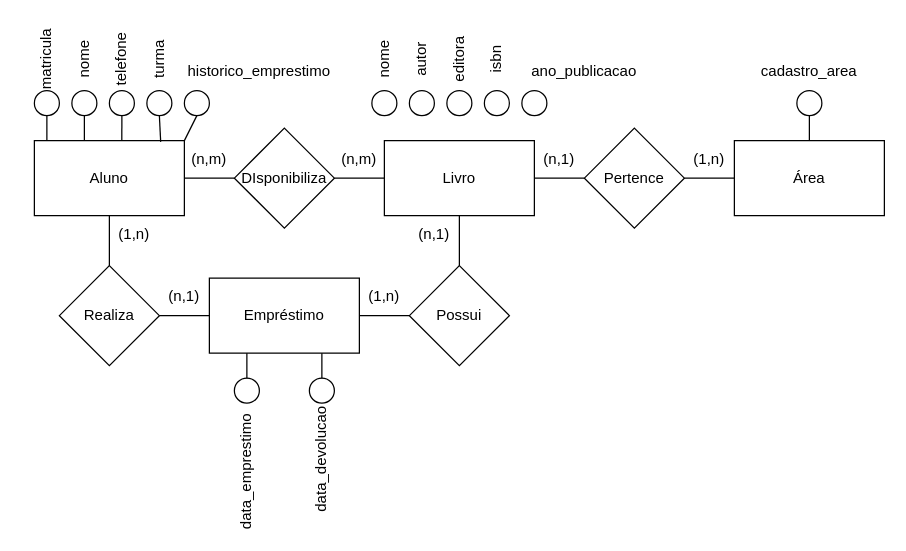
Above: Lista2_04-04/Ex2.drawio in andreeeeeeeee/Engenharia_Software (draw.io), before the change. Source tidied: cells renumbered, new cells numbered last; positions are measured from the earlier drawing's top-left corner, leaving out a move shared by most shapes. Both pictures are drawn from the tidied source at 125%, with x=0, y=0 at pixel (9, 40).
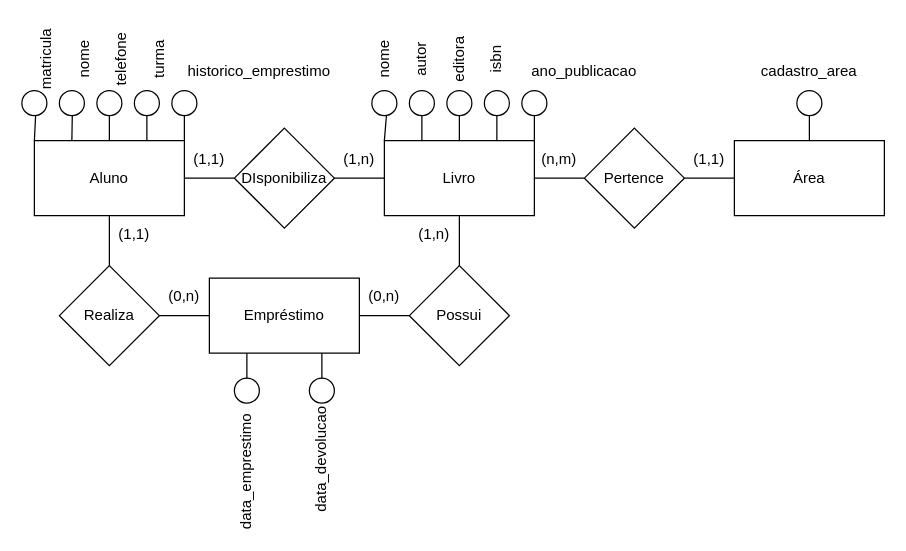
Above is the later version.

The change refers to these unchanged cells:
```xml
<mxCell id="2" value="Aluno" style="rounded=0;whiteSpace=wrap;html=1;" parent="1" vertex="1">
  <mxGeometry x="20" y="80" width="120" height="60" as="geometry" />
</mxCell>
<mxCell id="4" value="Livro" style="rounded=0;whiteSpace=wrap;html=1;" parent="1" vertex="1">
  <mxGeometry x="300" y="80" width="120" height="60" as="geometry" />
</mxCell>
<mxCell id="41" style="ellipse;whiteSpace=wrap;html=1;" parent="1" vertex="1">
  <mxGeometry x="290" y="40" width="20" height="20" as="geometry" />
</mxCell>
<mxCell id="42" style="ellipse;whiteSpace=wrap;html=1;" parent="1" vertex="1">
  <mxGeometry x="320" y="40" width="20" height="20" as="geometry" />
</mxCell>
<mxCell id="43" style="ellipse;whiteSpace=wrap;html=1;" parent="1" vertex="1">
  <mxGeometry x="350" y="40" width="20" height="20" as="geometry" />
</mxCell>
<mxCell id="44" style="ellipse;whiteSpace=wrap;html=1;" parent="1" vertex="1">
  <mxGeometry x="380" y="40" width="20" height="20" as="geometry" />
</mxCell>
<mxCell id="45" style="ellipse;whiteSpace=wrap;html=1;" parent="1" vertex="1">
  <mxGeometry x="410" y="40" width="20" height="20" as="geometry" />
</mxCell>
```

Diff of the diagram source:
```diff
@@
-    <mxCell id="18" value="(n,m)" style="text;html=1;strokeColor=none;fillColor=none;align=center;verticalAlign=middle;whiteSpace=wrap;rounded=0;" parent="1" vertex="1">
+    <mxCell id="18" value="(1,1)" style="text;html=1;strokeColor=none;fillColor=none;align=center;verticalAlign=middle;whiteSpace=wrap;rounded=0;" parent="1" vertex="1">
       <mxGeometry x="130" y="80" width="60" height="30" as="geometry" />
     </mxCell>
-    <mxCell id="19" value="(n,m)" style="text;html=1;strokeColor=none;fillColor=none;align=center;verticalAlign=middle;whiteSpace=wrap;rounded=0;" parent="1" vertex="1">
-      <mxGeometry x="250" y="80" width="60" height="30" as="geometry" />
-    </mxCell>
-    <mxCell id="20" value="(n,1)" style="text;html=1;strokeColor=none;fillColor=none;align=center;verticalAlign=middle;whiteSpace=wrap;rounded=0;" parent="1" vertex="1">
-      <mxGeometry x="410" y="80" width="60" height="30" as="geometry" />
-    </mxCell>
-    <mxCell id="21" value="(1,n)" style="text;html=1;strokeColor=none;fillColor=none;align=center;verticalAlign=middle;whiteSpace=wrap;rounded=0;" parent="1" vertex="1">
+    <mxCell id="21" value="(1,1)" style="text;html=1;strokeColor=none;fillColor=none;align=center;verticalAlign=middle;whiteSpace=wrap;rounded=0;" parent="1" vertex="1">
       <mxGeometry x="530" y="80" width="60" height="30" as="geometry" />
     </mxCell>
-    <mxCell id="22" value="(1,n)" style="text;html=1;strokeColor=none;fillColor=none;align=center;verticalAlign=middle;whiteSpace=wrap;rounded=0;" parent="1" vertex="1">
+    <mxCell id="22" value="(1,1)" style="text;html=1;strokeColor=none;fillColor=none;align=center;verticalAlign=middle;whiteSpace=wrap;rounded=0;" parent="1" vertex="1">
       <mxGeometry x="70" y="140" width="60" height="30" as="geometry" />
     </mxCell>
-    <mxCell id="23" value="(n,1)" style="text;html=1;strokeColor=none;fillColor=none;align=center;verticalAlign=middle;whiteSpace=wrap;rounded=0;" parent="1" vertex="1">
+    <mxCell id="23" value="(0,n)" style="text;html=1;strokeColor=none;fillColor=none;align=center;verticalAlign=middle;whiteSpace=wrap;rounded=0;" parent="1" vertex="1">
       <mxGeometry x="110" y="190" width="60" height="30" as="geometry" />
     </mxCell>
-    <mxCell id="24" value="(1,n)" style="text;html=1;strokeColor=none;fillColor=none;align=center;verticalAlign=middle;whiteSpace=wrap;rounded=0;" parent="1" vertex="1">
+    <mxCell id="24" value="(0,n)" style="text;html=1;strokeColor=none;fillColor=none;align=center;verticalAlign=middle;whiteSpace=wrap;rounded=0;" parent="1" vertex="1">
       <mxGeometry x="270" y="190" width="60" height="30" as="geometry" />
     </mxCell>
-    <mxCell id="25" value="(n,1)" style="text;html=1;strokeColor=none;fillColor=none;align=center;verticalAlign=middle;whiteSpace=wrap;rounded=0;" parent="1" vertex="1">
+    <mxCell id="25" value="(1,n)" style="text;html=1;strokeColor=none;fillColor=none;align=center;verticalAlign=middle;whiteSpace=wrap;rounded=0;" parent="1" vertex="1">
       <mxGeometry x="310" y="140" width="60" height="30" as="geometry" />
     </mxCell>
     <mxCell id="26" style="ellipse;whiteSpace=wrap;html=1;" parent="1" vertex="1">
-      <mxGeometry x="20" y="40" width="20" height="20" as="geometry" />
+      <mxGeometry x="10" y="40" width="20" height="20" as="geometry" />
     </mxCell>
     <mxCell id="27" style="ellipse;whiteSpace=wrap;html=1;" parent="1" vertex="1">
-      <mxGeometry x="50" y="40" width="20" height="20" as="geometry" />
+      <mxGeometry x="40" y="40" width="20" height="20" as="geometry" />
     </mxCell>
     <mxCell id="28" style="ellipse;whiteSpace=wrap;html=1;" parent="1" vertex="1">
-      <mxGeometry x="80" y="40" width="20" height="20" as="geometry" />
+      <mxGeometry x="70" y="40" width="20" height="20" as="geometry" />
     </mxCell>
     <mxCell id="29" style="ellipse;whiteSpace=wrap;html=1;" parent="1" vertex="1">
-      <mxGeometry x="110" y="40" width="20" height="20" as="geometry" />
+      <mxGeometry x="100" y="40" width="20" height="20" as="geometry" />
     </mxCell>
@@
     <mxCell id="34" style="ellipse;whiteSpace=wrap;html=1;" parent="1" vertex="1">
-      <mxGeometry x="140" y="40" width="20" height="20" as="geometry" />
+      <mxGeometry x="130" y="40" width="20" height="20" as="geometry" />
     </mxCell>
@@
-    <mxCell id="36" style="endArrow=none;html=1;rounded=0;entryX=0.5;entryY=1;entryDx=0;entryDy=0;" parent="1" edge="1" target="27">
-      <mxGeometry relative="1" as="geometry">
-        <mxPoint x="60" y="80" as="sourcePoint" />
-      </mxGeometry>
+    <mxCell id="36" style="endArrow=none;html=1;rounded=0;exitX=0.25;exitY=0;exitDx=0;exitDy=0;" parent="1" edge="1" source="2" target="27">
+      <mxGeometry relative="1" as="geometry" />
     </mxCell>
-    <mxCell id="37" style="endArrow=none;html=1;rounded=0;entryX=0.5;entryY=1;entryDx=0;entryDy=0;" parent="1" edge="1" target="26">
-      <mxGeometry relative="1" as="geometry">
-        <mxPoint x="30" y="80" as="sourcePoint" />
-      </mxGeometry>
+    <mxCell id="37" style="endArrow=none;html=1;rounded=0;exitX=0;exitY=0;exitDx=0;exitDy=0;" parent="1" edge="1" source="2" target="26">
+      <mxGeometry relative="1" as="geometry" />
     </mxCell>
-    <mxCell id="38" style="endArrow=none;html=1;rounded=0;entryX=0.5;entryY=1;entryDx=0;entryDy=0;exitX=0.583;exitY=0;exitDx=0;exitDy=0;exitPerimeter=0;" parent="1" edge="1" source="2" target="28">
+    <mxCell id="38" style="endArrow=none;html=1;rounded=0;exitX=0.5;exitY=0;exitDx=0;exitDy=0;" parent="1" edge="1" source="2" target="28">
       <mxGeometry relative="1" as="geometry" />
     </mxCell>
-    <mxCell id="39" style="endArrow=none;html=1;rounded=0;entryX=0.5;entryY=1;entryDx=0;entryDy=0;" parent="1" edge="1" target="34">
+    <mxCell id="39" style="endArrow=none;html=1;rounded=0;" parent="1" edge="1" target="34">
       <mxGeometry relative="1" as="geometry">
         <mxPoint x="140" y="80" as="sourcePoint" />
       </mxGeometry>
     </mxCell>
-    <mxCell id="40" style="endArrow=none;html=1;rounded=0;entryX=0.5;entryY=1;entryDx=0;entryDy=0;exitX=0.842;exitY=0.017;exitDx=0;exitDy=0;exitPerimeter=0;" parent="1" edge="1" source="2" target="29">
+    <mxCell id="40" style="endArrow=none;html=1;rounded=0;exitX=0.75;exitY=0;exitDx=0;exitDy=0;" parent="1" edge="1" source="2" target="29">
       <mxGeometry relative="1" as="geometry" />
     </mxCell>
@@
+    <mxCell id="60" style="endArrow=none;html=1;rounded=0;exitX=0;exitY=0;exitDx=0;exitDy=0;" parent="1" edge="1" source="4" target="41">
+      <mxGeometry relative="1" as="geometry" />
+    </mxCell>
+    <mxCell id="61" style="endArrow=none;html=1;rounded=0;exitX=0.25;exitY=0;exitDx=0;exitDy=0;" parent="1" edge="1" source="4" target="42">
+      <mxGeometry relative="1" as="geometry" />
+    </mxCell>
+    <mxCell id="62" style="endArrow=none;html=1;rounded=0;exitX=0.5;exitY=0;exitDx=0;exitDy=0;" parent="1" edge="1" source="4" target="43">
+      <mxGeometry relative="1" as="geometry" />
+    </mxCell>
+    <mxCell id="63" style="endArrow=none;html=1;rounded=0;exitX=0.75;exitY=0;exitDx=0;exitDy=0;" parent="1" edge="1" source="4" target="44">
+      <mxGeometry relative="1" as="geometry" />
+    </mxCell>
+    <mxCell id="64" style="endArrow=none;html=1;rounded=0;entryX=1;entryY=0;entryDx=0;entryDy=0;" parent="1" edge="1" source="45" target="4">
+      <mxGeometry relative="1" as="geometry" />
+    </mxCell>
+    <mxCell id="65" value="(1,n)" style="text;html=1;strokeColor=none;fillColor=none;align=center;verticalAlign=middle;whiteSpace=wrap;rounded=0;" parent="1" vertex="1">
+      <mxGeometry x="250" y="80" width="60" height="30" as="geometry" />
+    </mxCell>
+    <mxCell id="19" value="(n,m)" style="text;html=1;strokeColor=none;fillColor=none;align=center;verticalAlign=middle;whiteSpace=wrap;rounded=0;" parent="1" vertex="1">
+      <mxGeometry x="410" y="80" width="60" height="30" as="geometry" />
+    </mxCell>
```
